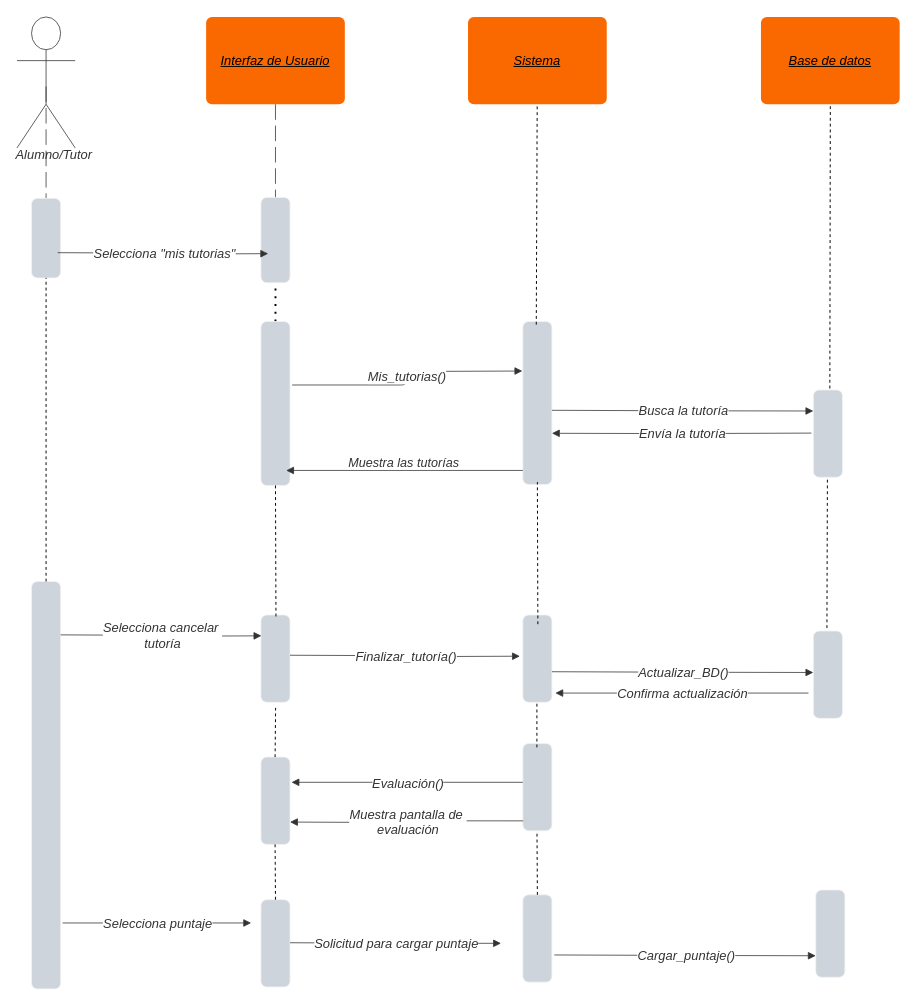
Earlier version of the draw.io diagram mis tutorias.drawio (LP3kmikristian/TP_ARCE_DOREGO). Source tidied: cells renumbered, new cells numbered last; positions are measured from the earlier drawing's top-left corner, leaving out a move shared by most shapes. Both pictures are drawn from the tidied source at 97%, with x=0, y=0 at pixel (16, 16).
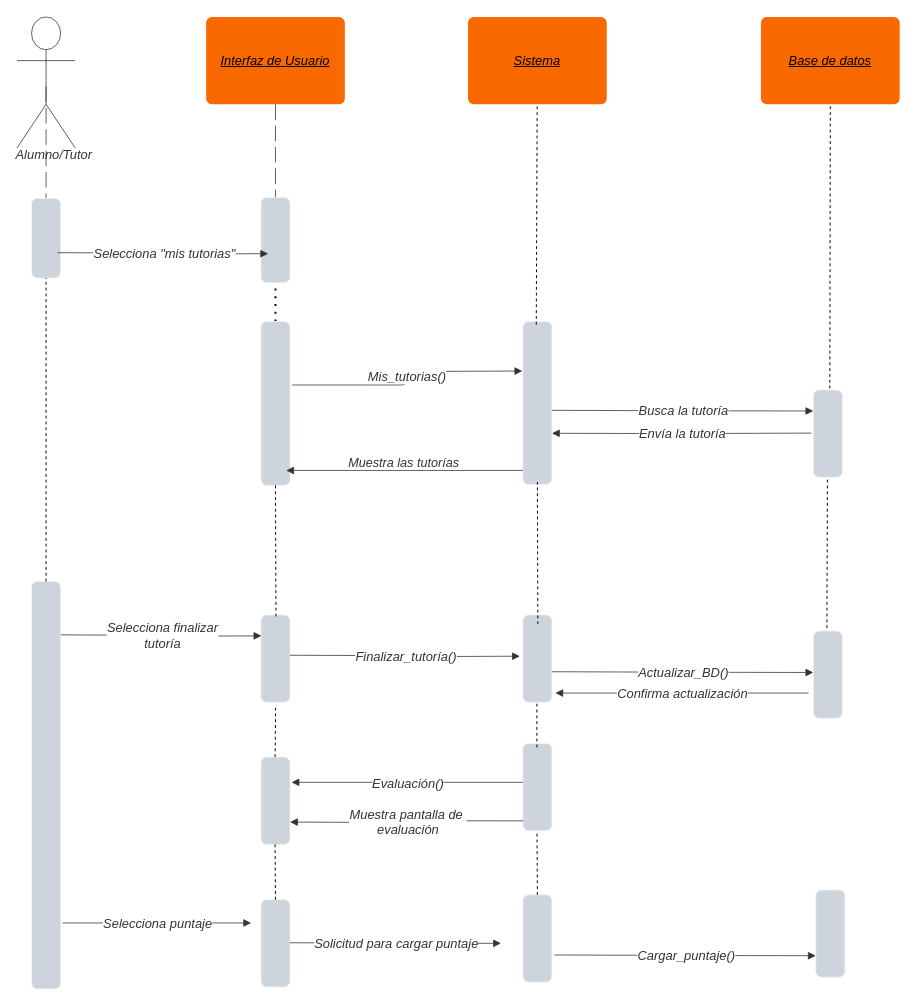
After the change.

Unchanged cells that the change refers to:
```xml
<mxCell id="30" style="html=1;jettySize=18;whiteSpace=wrap;fontSize=13;strokeColor=#333333;strokeOpacity=100;strokeWidth=0.8;rounded=1;arcSize=10;edgeStyle=orthogonalEdgeStyle;startArrow=none;endArrow=block;endFill=1;lucidId=Yu5M0A2JVvTe;" parent="1" edge="1">
  <mxGeometry relative="1" as="geometry">
    <mxPoint x="45" y="637" as="sourcePoint" />
    <mxPoint x="252" y="638" as="targetPoint" />
  </mxGeometry>
</mxCell>
```

Diff of the diagram source:
```diff
@@
-    <mxCell id="31" value="Selecciona cancelar&amp;nbsp;&lt;br&gt;tutoría" style="text;html=1;labelBackgroundColor=default;align=center;verticalAlign=middle;fontStyle=2;fontColor=#333333;fontSize=13.3;" parent="30" vertex="1">
+    <mxCell id="31" value="Selecciona finalizar&lt;br&gt;tutoría" style="text;html=1;labelBackgroundColor=default;align=center;verticalAlign=middle;fontStyle=2;fontColor=#333333;fontSize=13.3;" parent="30" vertex="1">
       <mxGeometry relative="1" as="geometry" />
     </mxCell>
```
